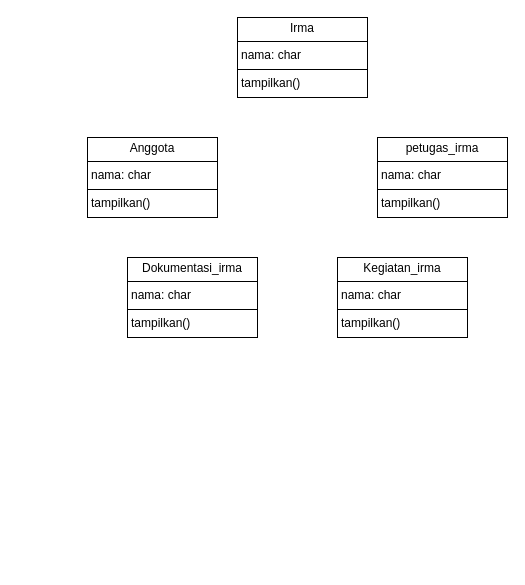
Above: Keep-Trying.drawio in Aisiti03/Keep-Trying.Irma (draw.io), before the change. Source tidied: cells renumbered, new cells numbered last; positions are measured from the earlier drawing's top-left corner, leaving out a move shared by most shapes. Both pictures are drawn from the tidied source at 100%, with x=0, y=0 at pixel (87, 17).
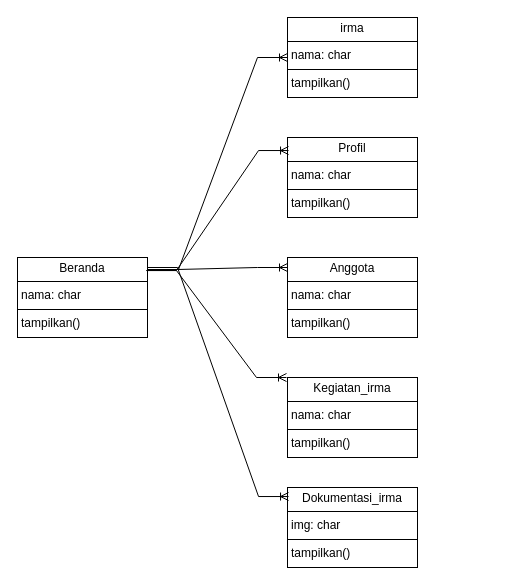
Above is the later version.

Diff of the diagram source:
```diff
@@
 <mxGraphModel>
   <root>
     <mxCell id="0" />
     <mxCell id="1" parent="0" />
     <mxCell id="2" value="&lt;p style=&quot;text-align: center; margin: 4px 0px 0px;&quot;&gt;Anggota&lt;/p&gt;&lt;hr size=&quot;1&quot; style=&quot;border-style:solid;&quot;&gt;&lt;p style=&quot;margin:0px;margin-left:4px;&quot;&gt;nama: char&lt;/p&gt;&lt;hr size=&quot;1&quot; style=&quot;border-style:solid;&quot;&gt;&lt;p style=&quot;margin:0px;margin-left:4px;&quot;&gt;tampilkan()&lt;/p&gt;" style="verticalAlign=top;align=left;overflow=fill;html=1;whiteSpace=wrap;" parent="1" vertex="1">
-      <mxGeometry y="120" width="130" height="80" as="geometry" />
+      <mxGeometry x="200" y="240" width="130" height="80" as="geometry" />
     </mxCell>
-    <mxCell id="3" value="&lt;p style=&quot;text-align: center; margin: 4px 0px 0px;&quot;&gt;petugas_irma&lt;/p&gt;&lt;hr size=&quot;1&quot; style=&quot;border-style:solid;&quot;&gt;&lt;p style=&quot;margin:0px;margin-left:4px;&quot;&gt;nama: char&lt;/p&gt;&lt;hr size=&quot;1&quot; style=&quot;border-style:solid;&quot;&gt;&lt;p style=&quot;margin:0px;margin-left:4px;&quot;&gt;tampilkan()&lt;/p&gt;" style="verticalAlign=top;align=left;overflow=fill;html=1;whiteSpace=wrap;" parent="1" vertex="1">
-      <mxGeometry x="290" y="120" width="130" height="80" as="geometry" />
+    <mxCell id="3" value="&lt;p style=&quot;text-align: center; margin: 4px 0px 0px;&quot;&gt;irma&lt;/p&gt;&lt;hr size=&quot;1&quot; style=&quot;border-style:solid;&quot;&gt;&lt;p style=&quot;margin:0px;margin-left:4px;&quot;&gt;nama: char&lt;/p&gt;&lt;hr size=&quot;1&quot; style=&quot;border-style:solid;&quot;&gt;&lt;p style=&quot;margin:0px;margin-left:4px;&quot;&gt;tampilkan()&lt;/p&gt;" style="verticalAlign=top;align=left;overflow=fill;html=1;whiteSpace=wrap;" parent="1" vertex="1">
+      <mxGeometry x="200" width="130" height="80" as="geometry" />
     </mxCell>
-    <mxCell id="4" value="&lt;p style=&quot;text-align: center; margin: 4px 0px 0px;&quot;&gt;Irma&lt;/p&gt;&lt;hr size=&quot;1&quot; style=&quot;border-style:solid;&quot;&gt;&lt;p style=&quot;margin:0px;margin-left:4px;&quot;&gt;nama: char&lt;/p&gt;&lt;hr size=&quot;1&quot; style=&quot;border-style:solid;&quot;&gt;&lt;p style=&quot;margin:0px;margin-left:4px;&quot;&gt;tampilkan()&lt;/p&gt;" style="verticalAlign=top;align=left;overflow=fill;html=1;whiteSpace=wrap;" parent="1" vertex="1">
-      <mxGeometry x="150" width="130" height="80" as="geometry" />
+    <mxCell id="4" value="&lt;p style=&quot;text-align: center; margin: 4px 0px 0px;&quot;&gt;Profil&lt;/p&gt;&lt;hr size=&quot;1&quot; style=&quot;border-style:solid;&quot;&gt;&lt;p style=&quot;margin:0px;margin-left:4px;&quot;&gt;nama: char&lt;/p&gt;&lt;hr size=&quot;1&quot; style=&quot;border-style:solid;&quot;&gt;&lt;p style=&quot;margin:0px;margin-left:4px;&quot;&gt;tampilkan()&lt;/p&gt;" style="verticalAlign=top;align=left;overflow=fill;html=1;whiteSpace=wrap;" parent="1" vertex="1">
+      <mxGeometry x="200" y="120" width="130" height="80" as="geometry" />
     </mxCell>
     <mxCell id="5" value="&lt;p style=&quot;text-align: center; margin: 4px 0px 0px;&quot;&gt;Kegiatan_irma&lt;/p&gt;&lt;hr size=&quot;1&quot; style=&quot;border-style:solid;&quot;&gt;&lt;p style=&quot;margin:0px;margin-left:4px;&quot;&gt;nama: char&lt;/p&gt;&lt;hr size=&quot;1&quot; style=&quot;border-style:solid;&quot;&gt;&lt;p style=&quot;margin:0px;margin-left:4px;&quot;&gt;tampilkan()&lt;/p&gt;" style="verticalAlign=top;align=left;overflow=fill;html=1;whiteSpace=wrap;" parent="1" vertex="1">
-      <mxGeometry x="250" y="240" width="130" height="80" as="geometry" />
+      <mxGeometry x="200" y="360" width="130" height="80" as="geometry" />
     </mxCell>
-    <mxCell id="6" value="&lt;p style=&quot;text-align: center; margin: 4px 0px 0px;&quot;&gt;Dokumentasi_irma&lt;/p&gt;&lt;hr size=&quot;1&quot; style=&quot;border-style:solid;&quot;&gt;&lt;p style=&quot;margin:0px;margin-left:4px;&quot;&gt;nama: char&lt;/p&gt;&lt;hr size=&quot;1&quot; style=&quot;border-style:solid;&quot;&gt;&lt;p style=&quot;margin:0px;margin-left:4px;&quot;&gt;tampilkan()&lt;/p&gt;" style="verticalAlign=top;align=left;overflow=fill;html=1;whiteSpace=wrap;" parent="1" vertex="1">
-      <mxGeometry x="40" y="240" width="130" height="80" as="geometry" />
+    <mxCell id="6" value="&lt;p style=&quot;text-align: center; margin: 4px 0px 0px;&quot;&gt;Dokumentasi_irma&lt;/p&gt;&lt;hr size=&quot;1&quot; style=&quot;border-style:solid;&quot;&gt;&lt;p style=&quot;margin:0px;margin-left:4px;&quot;&gt;img: char&lt;/p&gt;&lt;hr size=&quot;1&quot; style=&quot;border-style:solid;&quot;&gt;&lt;p style=&quot;margin:0px;margin-left:4px;&quot;&gt;tampilkan()&lt;/p&gt;" style="verticalAlign=top;align=left;overflow=fill;html=1;whiteSpace=wrap;" parent="1" vertex="1">
+      <mxGeometry x="200" y="470" width="130" height="80" as="geometry" />
     </mxCell>
+    <mxCell id="7" value="&lt;p style=&quot;text-align: center; margin: 4px 0px 0px;&quot;&gt;Beranda&lt;/p&gt;&lt;hr size=&quot;1&quot; style=&quot;border-style:solid;&quot;&gt;&lt;p style=&quot;margin:0px;margin-left:4px;&quot;&gt;nama: char&lt;/p&gt;&lt;hr size=&quot;1&quot; style=&quot;border-style:solid;&quot;&gt;&lt;p style=&quot;margin:0px;margin-left:4px;&quot;&gt;tampilkan()&lt;/p&gt;" style="verticalAlign=top;align=left;overflow=fill;html=1;whiteSpace=wrap;" parent="1" vertex="1">
+      <mxGeometry x="-70" y="240" width="130" height="80" as="geometry" />
+    </mxCell>
+    <mxCell id="8" style="edgeStyle=entityRelationEdgeStyle;fontSize=12;html=1;endArrow=ERoneToMany;rounded=0;exitX=1.008;exitY=0.15;exitDx=0;exitDy=0;entryX=0;entryY=0.5;entryDx=0;entryDy=0;exitPerimeter=0;" parent="1" edge="1" source="7" target="3">
+      <mxGeometry relative="1" as="geometry" />
+    </mxCell>
+    <mxCell id="9" style="edgeStyle=entityRelationEdgeStyle;fontSize=12;html=1;endArrow=ERoneToMany;rounded=0;exitX=0.992;exitY=0.163;exitDx=0;exitDy=0;entryX=0.008;entryY=0.163;entryDx=0;entryDy=0;entryPerimeter=0;exitPerimeter=0;" parent="1" edge="1" source="7" target="4">
+      <mxGeometry relative="1" as="geometry" />
+    </mxCell>
+    <mxCell id="10" style="edgeStyle=entityRelationEdgeStyle;fontSize=12;html=1;endArrow=ERoneToMany;rounded=0;exitX=1;exitY=0.15;exitDx=0;exitDy=0;exitPerimeter=0;" parent="1" edge="1" source="7">
+      <mxGeometry relative="1" as="geometry">
+        <mxPoint x="200" y="250" as="targetPoint" />
+      </mxGeometry>
+    </mxCell>
+    <mxCell id="11" style="edgeStyle=entityRelationEdgeStyle;fontSize=12;html=1;endArrow=ERoneToMany;rounded=0;entryX=-0.008;entryY=0.113;entryDx=0;entryDy=0;entryPerimeter=0;exitX=0.992;exitY=0.163;exitDx=0;exitDy=0;exitPerimeter=0;" parent="1" edge="1" source="7">
+      <mxGeometry relative="1" as="geometry">
+        <mxPoint x="199" y="360" as="targetPoint" />
+      </mxGeometry>
+    </mxCell>
+    <mxCell id="12" style="edgeStyle=entityRelationEdgeStyle;fontSize=12;html=1;endArrow=ERoneToMany;rounded=0;entryX=0.008;entryY=0.113;entryDx=0;entryDy=0;entryPerimeter=0;" parent="1" edge="1" target="6">
+      <mxGeometry relative="1" as="geometry">
+        <mxPoint x="60" y="250" as="sourcePoint" />
+      </mxGeometry>
+    </mxCell>
   </root>
 </mxGraphModel>
```
